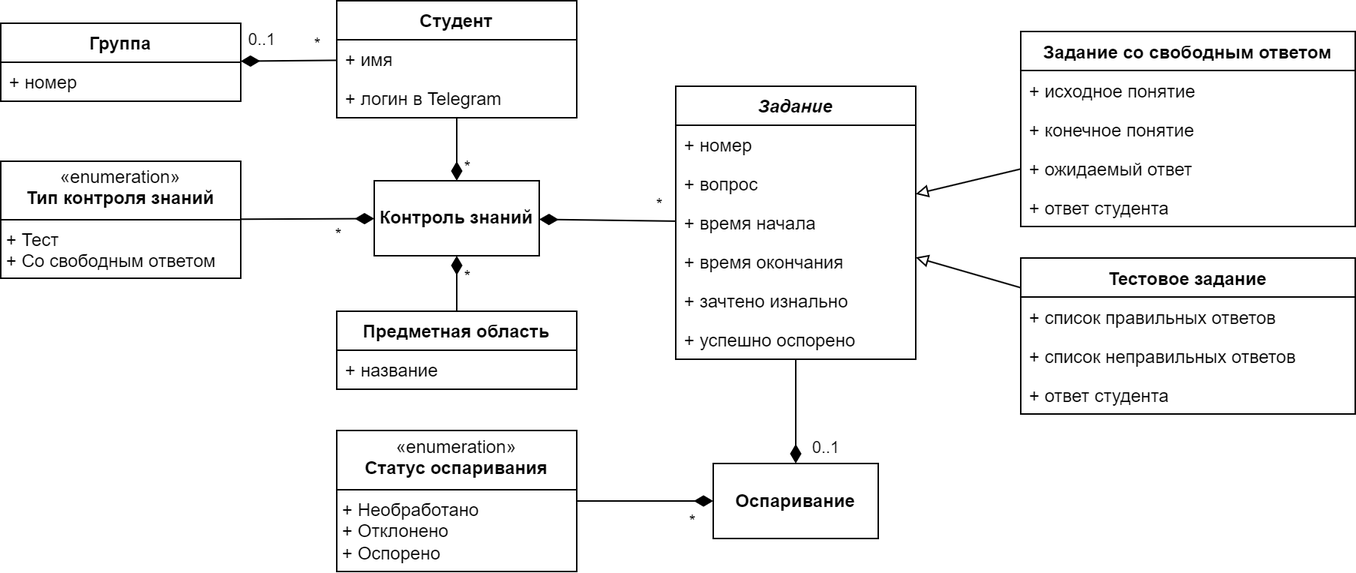
Above: docs/diagrams/bot_domain.png in aVorotnikov/ontologer (draw.io), before the change. Source tidied: cells renumbered, new cells last; positions are measured from the earlier drawing's top-left corner, leaving out a move shared by most shapes.
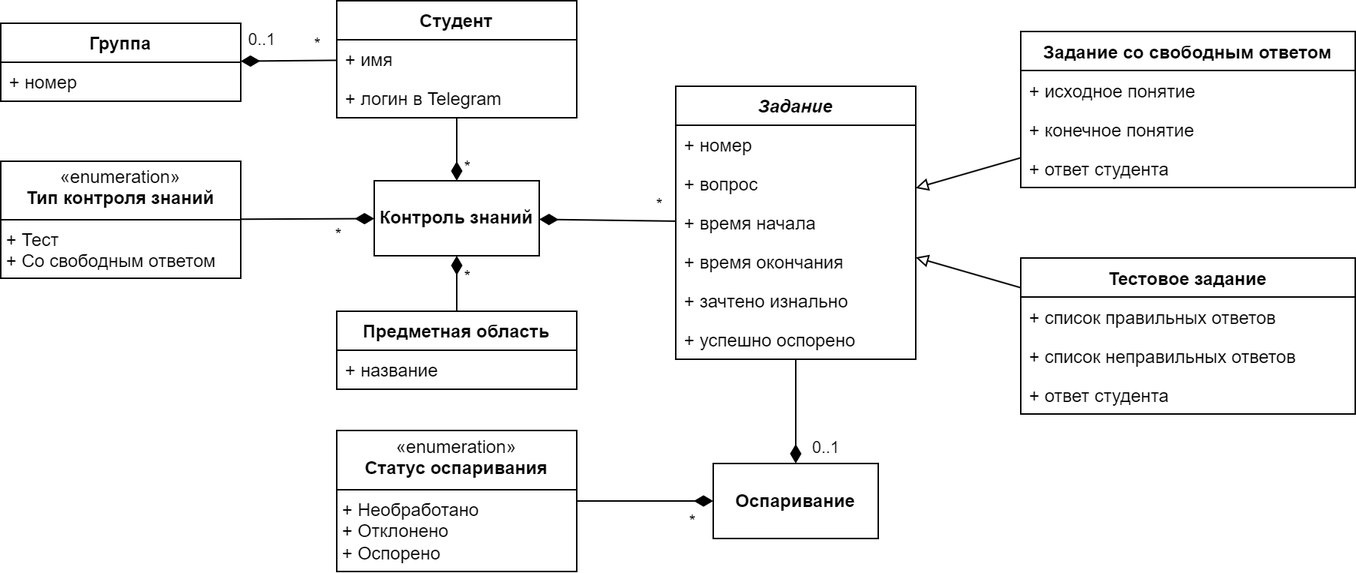
The same file after the commit.

Commit message:
Исправлена модель предметной области

Diff of the diagram source:
```diff
@@ -96,7 +96,7 @@
       </mxGeometry>
     </mxCell>
     <mxCell id="29" value="Задание со свободным ответом" style="swimlane;fontStyle=1;align=center;verticalAlign=top;horizontal=1;startSize=26;whiteSpace=wrap;html=1;" parent="1" vertex="1">
-      <mxGeometry x="680" y="20.5" width="223" height="130" as="geometry" />
+      <mxGeometry x="680" y="20.5" width="223" height="104" as="geometry" />
     </mxCell>
     <mxCell id="30" value="+ исходное понятие" style="text;strokeColor=none;fillColor=none;align=left;verticalAlign=top;spacingLeft=4;spacingRight=4;overflow=hidden;whiteSpace=wrap;html=1;" parent="29" vertex="1">
       <mxGeometry y="26" width="223" height="26" as="geometry" />
@@ -104,11 +104,8 @@
     <mxCell id="31" value="+ конечное понятие" style="text;strokeColor=none;fillColor=none;align=left;verticalAlign=top;spacingLeft=4;spacingRight=4;overflow=hidden;whiteSpace=wrap;html=1;" parent="29" vertex="1">
       <mxGeometry y="52" width="223" height="26" as="geometry" />
     </mxCell>
-    <mxCell id="32" value="+ ожидаемый ответ" style="text;strokeColor=none;fillColor=none;align=left;verticalAlign=top;spacingLeft=4;spacingRight=4;overflow=hidden;whiteSpace=wrap;html=1;" parent="29" vertex="1">
-      <mxGeometry y="78" width="223" height="26" as="geometry" />
-    </mxCell>
     <mxCell id="33" value="+ ответ студента" style="text;strokeColor=none;fillColor=none;align=left;verticalAlign=top;spacingLeft=4;spacingRight=4;overflow=hidden;whiteSpace=wrap;html=1;" parent="29" vertex="1">
-      <mxGeometry y="104" width="223" height="26" as="geometry" />
+      <mxGeometry y="78" width="223" height="26" as="geometry" />
     </mxCell>
     <mxCell id="34" value="Тестовое задание" style="swimlane;fontStyle=1;align=center;verticalAlign=top;horizontal=1;startSize=26;whiteSpace=wrap;html=1;" parent="1" vertex="1">
       <mxGeometry x="680" y="171.5" width="223" height="104" as="geometry" />
```
